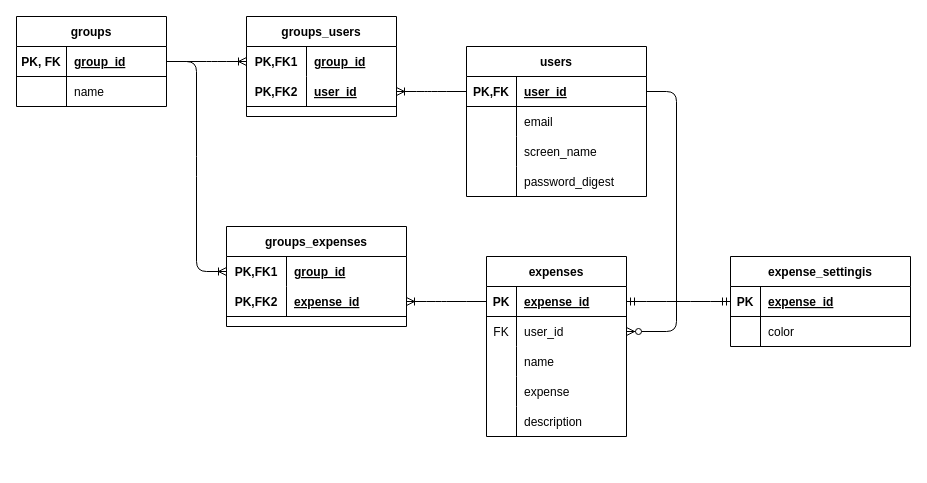
The draw.io diagram design/ERdiagram.dio in dOwOd/Expenses_Log_App, before the edit. Source tidied: cells renumbered, new cells numbered last; positions are measured from the earlier drawing's top-left corner, leaving out a move shared by most shapes. Both pictures are drawn from the tidied source at 100%, with x=0, y=0 at pixel (16, 16).
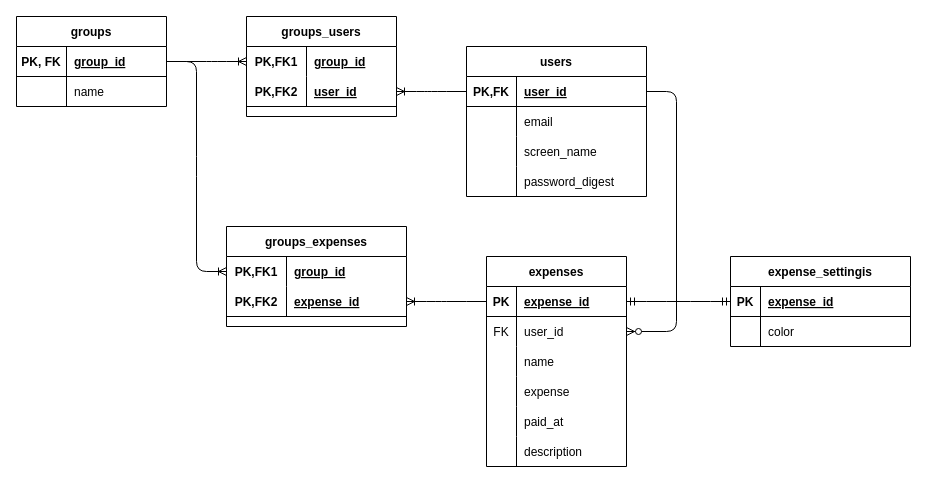
After the change.

Change to the diagram source:
```diff
@@
     <mxCell id="24" value="expenses" style="shape=table;startSize=30;childLayout=tableLayout;rowLines=0;fontStyle=1;align=center;rounded=0;" parent="1" vertex="1">
-      <mxGeometry x="470" y="240" width="140" height="180" as="geometry" />
+      <mxGeometry x="470" y="240" width="140" height="210" as="geometry" />
     </mxCell>
@@
+    <mxCell id="67" style="shape=partialRectangle;fillColor=none;top=0;left=0;bottom=0;right=0;" parent="24" vertex="1">
+      <mxGeometry y="150" width="140" height="30" as="geometry" />
+    </mxCell>
+    <mxCell id="68" style="shape=partialRectangle;fillColor=none;top=0;left=0;bottom=0;right=0;overflow=hidden;" parent="67" vertex="1">
+      <mxGeometry width="30" height="30" as="geometry" />
+    </mxCell>
+    <mxCell id="69" value="paid_at" style="shape=partialRectangle;fillColor=none;top=0;left=0;bottom=0;right=0;align=left;spacingLeft=6;overflow=hidden;" parent="67" vertex="1">
+      <mxGeometry x="30" width="110" height="30" as="geometry" />
+    </mxCell>
     <mxCell id="37" style="shape=partialRectangle;fillColor=none;top=0;left=0;bottom=0;right=0;" parent="24" vertex="1">
-      <mxGeometry y="150" width="140" height="30" as="geometry" />
+      <mxGeometry y="180" width="140" height="30" as="geometry" />
     </mxCell>
```
